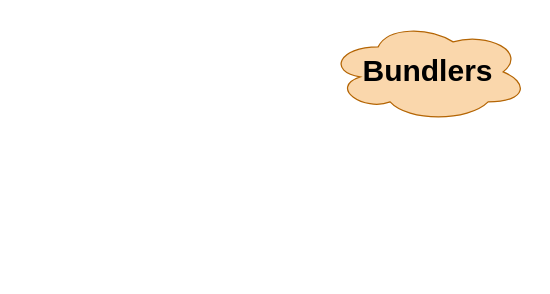
The draw.io diagram others/bundlers/bundlers.dio in knkrn5/Programming-Concepts, before the edit. Source tidied: cells renumbered, new cells numbered last; positions are measured from the earlier drawing's top-left corner, leaving out a move shared by most shapes. Both pictures are drawn from the tidied source at 125%, with x=0, y=0 at pixel (328, 21).
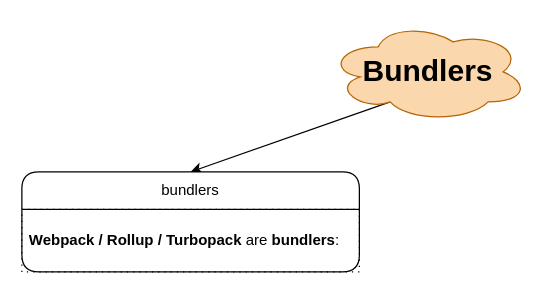
The same diagram, later.

Commit message (it also covers changes not shown here):
Enhance bundlers and compilers diagrams with new elements and connections

What changed in the source:
```diff
@@
 <mxGraphModel background="#ffffff">
   <root>
     <mxCell id="0" />
     <mxCell id="1" parent="0" />
+    <mxCell id="3" style="edgeStyle=none;html=1;exitX=0.31;exitY=0.8;exitDx=0;exitDy=0;exitPerimeter=0;entryX=0.5;entryY=0;entryDx=0;entryDy=0;" parent="1" edge="1" source="2" target="4">
+      <mxGeometry relative="1" as="geometry" />
+    </mxCell>
     <mxCell id="2" value="&lt;font style=&quot;font-size: 24px;&quot;&gt;&lt;b&gt;Bundlers&lt;/b&gt;&lt;/font&gt;" style="ellipse;shape=cloud;whiteSpace=wrap;html=1;fillColor=#fad7ac;strokeColor=#b46504;" parent="1" vertex="1">
       <mxGeometry width="160" height="80" as="geometry" />
     </mxCell>
+    <mxCell id="4" value="bundlers" style="swimlane;fontStyle=0;horizontal=1;startSize=30;whiteSpace=wrap;html=1;rounded=1;" parent="1" vertex="1">
+      <mxGeometry x="-245" y="120" width="270" height="80" as="geometry" />
+    </mxCell>
+    <mxCell id="5" value="&lt;strong&gt;Webpack / Rollup / Turbopack&lt;/strong&gt; are &lt;strong&gt;bundlers&lt;/strong&gt;:" style="text;strokeColor=default;fillColor=none;align=left;verticalAlign=middle;spacingLeft=4;spacingRight=4;overflow=hidden;whiteSpace=wrap;html=1;dashed=1;dashPattern=1 4;" parent="4" vertex="1">
+      <mxGeometry y="30" width="270" height="50" as="geometry" />
+    </mxCell>
   </root>
 </mxGraphModel>
```
